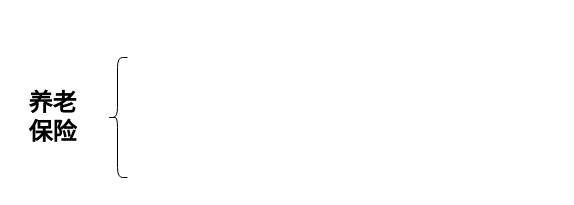
This is 五险一金.drawio from Cyrusvic/358pub, a draw.io file, before an edit. Source tidied: cells renumbered, new cells numbered last; positions are measured from the earlier drawing's top-left corner, leaving out a move shared by most shapes. Both pictures are drawn from the tidied source at 100%, with x=0, y=0 at pixel (17, 57).
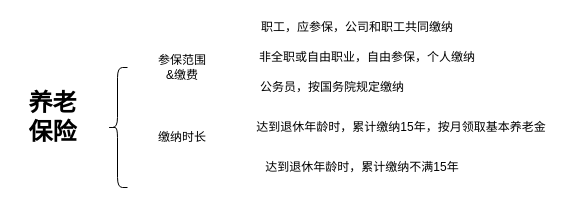
The same page after the edit.

Commit message (it also covers changes not shown here):
更新五险一金.drawio

What changed in the source:
```diff
@@
 <mxGraphModel>
   <root>
     <mxCell id="0" />
     <mxCell id="1" parent="0" />
     <mxCell id="2" value="养老&lt;br&gt;保险" style="text;strokeColor=none;fillColor=none;html=1;fontSize=24;fontStyle=1;verticalAlign=middle;align=center;" parent="1" vertex="1">
       <mxGeometry y="10" width="70" height="100" as="geometry" />
     </mxCell>
-    <mxCell id="3" style="shape=curlyBracket;whiteSpace=wrap;html=1;rounded=1;" parent="1" vertex="1">
-      <mxGeometry x="90" width="20" height="120" as="geometry" />
-    </mxCell>
+    <mxCell id="4" style="shape=curlyBracket;whiteSpace=wrap;html=1;rounded=1;" parent="1" vertex="1">
+      <mxGeometry x="90" y="10" width="20" height="120" as="geometry" />
+    </mxCell>
+    <mxCell id="5" value="参保范围&amp;amp;缴费" style="text;html=1;strokeColor=none;fillColor=none;align=center;verticalAlign=middle;whiteSpace=wrap;rounded=0;" parent="1" vertex="1">
+      <mxGeometry x="140" width="50" height="20" as="geometry" />
+    </mxCell>
+    <mxCell id="6" value="&lt;span style=&quot;white-space: nowrap&quot;&gt;职工，应参保，公司和职工共同缴纳&lt;/span&gt;" style="text;html=1;strokeColor=none;fillColor=none;align=center;verticalAlign=middle;whiteSpace=wrap;rounded=0;" parent="1" vertex="1">
+      <mxGeometry x="240" y="-40" width="200" height="20" as="geometry" />
+    </mxCell>
+    <mxCell id="7" value="&lt;span style=&quot;white-space: nowrap&quot;&gt;非全职或自由职业，自由参保，个人缴纳&lt;/span&gt;" style="text;html=1;strokeColor=none;fillColor=none;align=center;verticalAlign=middle;whiteSpace=wrap;rounded=0;" parent="1" vertex="1">
+      <mxGeometry x="240" y="-10" width="220" height="20" as="geometry" />
+    </mxCell>
+    <mxCell id="8" value="&lt;span style=&quot;white-space: nowrap&quot;&gt;公务员，按国务院规定缴纳&lt;/span&gt;" style="text;html=1;strokeColor=none;fillColor=none;align=center;verticalAlign=middle;whiteSpace=wrap;rounded=0;" parent="1" vertex="1">
+      <mxGeometry x="240" y="20" width="150" height="20" as="geometry" />
+    </mxCell>
+    <mxCell id="9" value="缴纳时长" style="text;html=1;strokeColor=none;fillColor=none;align=center;verticalAlign=middle;whiteSpace=wrap;rounded=0;" parent="1" vertex="1">
+      <mxGeometry x="140" y="70" width="50" height="20" as="geometry" />
+    </mxCell>
+    <mxCell id="10" value="&lt;span style=&quot;white-space: nowrap&quot;&gt;达到退休年龄时，累计缴纳15年，按月领取基本养老金&lt;/span&gt;" style="text;html=1;strokeColor=none;fillColor=none;align=center;verticalAlign=middle;whiteSpace=wrap;rounded=0;" parent="1" vertex="1">
+      <mxGeometry x="228.1" y="60" width="311.9" height="20" as="geometry" />
+    </mxCell>
+    <mxCell id="11" value="&lt;span style=&quot;white-space: nowrap&quot;&gt;达到退休年龄时，累计缴纳不满15年&lt;/span&gt;" style="text;html=1;strokeColor=none;fillColor=none;align=center;verticalAlign=middle;whiteSpace=wrap;rounded=0;" parent="1" vertex="1">
+      <mxGeometry x="240" y="100" width="210" height="20" as="geometry" />
+    </mxCell>
   </root>
 </mxGraphModel>
```
